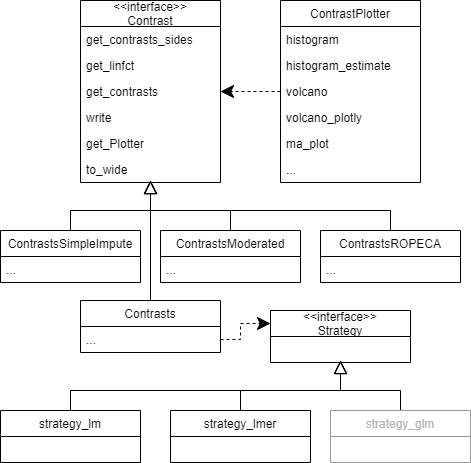
The draw.io diagram inst/MyArticle/ContrastUML.png in fgcz/prolfqua, before a commit. Source tidied: cells renumbered, new cells last; positions are measured from the earlier drawing's top-left corner, leaving out a move shared by most shapes.
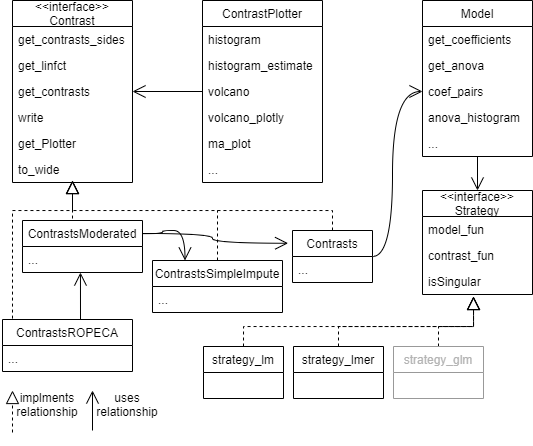
After the commit.

What changed in the source:
```diff
@@ -3,123 +3,194 @@
     <mxCell id="0" />
     <mxCell id="1" parent="0" />
     <mxCell id="2" value="&lt;&lt;interface&gt;&gt;&#10;Contrast" style="swimlane;fontStyle=0;horizontal=1;startSize=26;" parent="1" vertex="1">
-      <mxGeometry x="80" width="140" height="182" as="geometry" />
+      <mxGeometry x="-110" width="120" height="182" as="geometry" />
     </mxCell>
     <mxCell id="3" value="get_contrasts_sides" style="text;strokeColor=none;fillColor=none;align=left;verticalAlign=top;spacingLeft=4;spacingRight=4;overflow=hidden;" parent="2" vertex="1">
-      <mxGeometry y="26" width="140" height="26" as="geometry" />
+      <mxGeometry y="26" width="120" height="26" as="geometry" />
     </mxCell>
     <mxCell id="4" value="get_linfct" style="text;strokeColor=none;fillColor=none;align=left;verticalAlign=top;spacingLeft=4;spacingRight=4;overflow=hidden;" parent="2" vertex="1">
-      <mxGeometry y="52" width="140" height="26" as="geometry" />
+      <mxGeometry y="52" width="120" height="26" as="geometry" />
     </mxCell>
     <mxCell id="5" value="get_contrasts" style="text;strokeColor=none;fillColor=none;align=left;verticalAlign=top;spacingLeft=4;spacingRight=4;overflow=hidden;points=[[0,0.5],[1,0.5]];portConstraint=eastwest;" parent="2" vertex="1">
-      <mxGeometry y="78" width="140" height="26" as="geometry" />
+      <mxGeometry y="78" width="120" height="26" as="geometry" />
     </mxCell>
     <mxCell id="6" value="write" style="text;strokeColor=none;fillColor=none;align=left;verticalAlign=top;spacingLeft=4;spacingRight=4;overflow=hidden;" parent="2" vertex="1">
-      <mxGeometry y="104" width="140" height="26" as="geometry" />
+      <mxGeometry y="104" width="120" height="26" as="geometry" />
     </mxCell>
     <mxCell id="7" value="get_Plotter" style="text;strokeColor=none;fillColor=none;align=left;verticalAlign=top;spacingLeft=4;spacingRight=4;overflow=hidden;" parent="2" vertex="1">
-      <mxGeometry y="130" width="140" height="26" as="geometry" />
+      <mxGeometry y="130" width="120" height="26" as="geometry" />
     </mxCell>
     <mxCell id="8" value="to_wide" style="text;strokeColor=none;fillColor=none;align=left;verticalAlign=top;spacingLeft=4;spacingRight=4;overflow=hidden;" parent="2" vertex="1">
-      <mxGeometry y="156" width="140" height="26" as="geometry" />
+      <mxGeometry y="156" width="120" height="26" as="geometry" />
     </mxCell>
-    <mxCell id="9" style="edgeStyle=orthogonalEdgeStyle;rounded=0;jettySize=auto;html=1;exitX=0.5;exitY=0;exitDx=0;exitDy=0;endArrow=block;endFill=0;endSize=11;" parent="1" edge="1" source="10">
+    <mxCell id="9" style="edgeStyle=orthogonalEdgeStyle;rounded=0;jettySize=auto;html=1;exitX=0.5;exitY=0;exitDx=0;exitDy=0;endArrow=none;endFill=0;endSize=11;dashed=1;" parent="1" edge="1" source="10">
       <mxGeometry relative="1" as="geometry">
-        <mxPoint x="150" y="180" as="targetPoint" />
+        <mxPoint x="95" y="210" as="targetPoint" />
       </mxGeometry>
     </mxCell>
     <mxCell id="10" value="ContrastsSimpleImpute" style="swimlane;fontStyle=0;horizontal=1;startSize=26;" parent="1" vertex="1">
-      <mxGeometry y="230" width="140" height="52" as="geometry" />
+      <mxGeometry x="30" y="260" width="130" height="52" as="geometry" />
     </mxCell>
     <mxCell id="11" value="..." style="text;strokeColor=none;fillColor=none;align=left;verticalAlign=top;spacingLeft=4;spacingRight=4;overflow=hidden;" parent="10" vertex="1">
-      <mxGeometry y="26" width="140" height="26" as="geometry" />
+      <mxGeometry y="26" width="130" height="26" as="geometry" />
     </mxCell>
-    <mxCell id="12" style="edgeStyle=orthogonalEdgeStyle;rounded=0;jettySize=auto;html=1;exitX=0.5;exitY=0;exitDx=0;exitDy=0;endArrow=block;endFill=0;endSize=11;" parent="1" edge="1" source="13">
-      <mxGeometry relative="1" as="geometry">
-        <mxPoint x="150" y="180" as="targetPoint" />
-      </mxGeometry>
-    </mxCell>
+    <mxCell id="37" style="edgeStyle=orthogonalEdgeStyle;rounded=0;jettySize=auto;html=1;exitX=0.5;exitY=0;exitDx=0;exitDy=0;fontColor=#000000;startArrow=none;startFill=0;endArrow=block;endFill=0;startSize=12;endSize=11;dashed=1;" parent="1" edge="1" source="13">
+      <mxGeometry relative="1" as="geometry">
+        <mxPoint x="-50" y="180" as="targetPoint" />
+      </mxGeometry>
+    </mxCell>
+    <mxCell id="38" style="edgeStyle=orthogonalEdgeStyle;jettySize=auto;html=1;exitX=1;exitY=0.5;exitDx=0;exitDy=0;entryX=0;entryY=0.5;entryDx=0;entryDy=0;fontColor=#000000;startArrow=none;startFill=0;endArrow=open;endFill=0;startSize=12;endSize=11;curved=1;" parent="1" edge="1" source="13" target="51">
+      <mxGeometry relative="1" as="geometry">
+        <Array as="points">
+          <mxPoint x="270" y="256" />
+          <mxPoint x="270" y="91" />
+        </Array>
+      </mxGeometry>
+    </mxCell>
     <mxCell id="13" value="Contrasts" style="swimlane;fontStyle=0;horizontal=1;startSize=26;" parent="1" vertex="1">
-      <mxGeometry x="80" y="300" width="140" height="52" as="geometry" />
+      <mxGeometry x="170" y="230" width="80" height="52" as="geometry" />
     </mxCell>
     <mxCell id="14" value="..." style="text;strokeColor=none;fillColor=none;align=left;verticalAlign=top;spacingLeft=4;spacingRight=4;overflow=hidden;points=[[0,0.5],[1,0.5]];portConstraint=eastwest;" parent="13" vertex="1">
-      <mxGeometry y="26" width="140" height="26" as="geometry" />
+      <mxGeometry y="26" width="80" height="26" as="geometry" />
     </mxCell>
-    <mxCell id="15" style="edgeStyle=orthogonalEdgeStyle;rounded=0;jettySize=auto;html=1;exitX=0.5;exitY=0;exitDx=0;exitDy=0;endArrow=block;endFill=0;endSize=11;" parent="1" edge="1" source="16">
+    <mxCell id="15" style="edgeStyle=orthogonalEdgeStyle;rounded=0;jettySize=auto;html=1;exitX=0.5;exitY=0;exitDx=0;exitDy=0;endArrow=block;endFill=0;endSize=11;dashed=1;" parent="1" edge="1" source="16">
       <mxGeometry relative="1" as="geometry">
-        <mxPoint x="150" y="180" as="targetPoint" />
+        <mxPoint x="-50" y="180" as="targetPoint" />
       </mxGeometry>
     </mxCell>
+    <mxCell id="39" style="edgeStyle=orthogonalEdgeStyle;jettySize=auto;html=1;exitX=1;exitY=0.25;exitDx=0;exitDy=0;entryX=-0.055;entryY=0.245;entryDx=0;entryDy=0;entryPerimeter=0;fontColor=#B3B3B3;startArrow=none;startFill=0;endArrow=open;endFill=0;startSize=12;endSize=11;curved=1;" parent="1" edge="1" source="16" target="13">
+      <mxGeometry relative="1" as="geometry" />
+    </mxCell>
+    <mxCell id="40" style="edgeStyle=orthogonalEdgeStyle;curved=1;jettySize=auto;html=1;exitX=1;exitY=0.25;exitDx=0;exitDy=0;entryX=0.25;entryY=0;entryDx=0;entryDy=0;fontColor=#B3B3B3;startArrow=none;startFill=0;endArrow=open;endFill=0;startSize=12;endSize=11;" parent="1" edge="1" source="16" target="10">
+      <mxGeometry relative="1" as="geometry" />
+    </mxCell>
     <mxCell id="16" value="ContrastsModerated" style="swimlane;fontStyle=0;horizontal=1;startSize=26;" parent="1" vertex="1">
-      <mxGeometry x="160" y="230" width="140" height="52" as="geometry" />
+      <mxGeometry x="-100" y="220" width="120" height="52" as="geometry" />
     </mxCell>
     <mxCell id="17" value="..." style="text;strokeColor=none;fillColor=none;align=left;verticalAlign=top;spacingLeft=4;spacingRight=4;overflow=hidden;points=[[0,0.5],[1,0.5]];portConstraint=eastwest;" parent="16" vertex="1">
-      <mxGeometry y="26" width="140" height="26" as="geometry" />
+      <mxGeometry y="26" width="120" height="26" as="geometry" />
     </mxCell>
-    <mxCell id="18" style="edgeStyle=orthogonalEdgeStyle;rounded=0;jettySize=auto;html=1;exitX=0.5;exitY=0;exitDx=0;exitDy=0;endArrow=block;endFill=0;endSize=11;" parent="1" edge="1" source="19">
+    <mxCell id="18" style="edgeStyle=orthogonalEdgeStyle;rounded=0;jettySize=auto;html=1;exitX=0.5;exitY=0;exitDx=0;exitDy=0;endArrow=block;endFill=0;endSize=11;dashed=1;" parent="1" edge="1" source="19">
       <mxGeometry relative="1" as="geometry">
-        <mxPoint x="150" y="180" as="targetPoint" />
+        <mxPoint x="-50" y="180" as="targetPoint" />
+        <Array as="points">
+          <mxPoint x="-110" y="330" />
+          <mxPoint x="-110" y="210" />
+          <mxPoint x="-50" y="210" />
+        </Array>
       </mxGeometry>
     </mxCell>
+    <mxCell id="41" style="edgeStyle=orthogonalEdgeStyle;rounded=0;jettySize=auto;html=1;exitX=0.5;exitY=0;exitDx=0;exitDy=0;entryX=0.483;entryY=1.001;entryDx=0;entryDy=0;entryPerimeter=0;fontColor=#B3B3B3;startArrow=none;startFill=0;endArrow=open;endFill=0;startSize=12;endSize=11;" parent="1" edge="1" source="19" target="17">
+      <mxGeometry relative="1" as="geometry" />
+    </mxCell>
     <mxCell id="19" value="ContrastsROPECA" style="swimlane;fontStyle=0;horizontal=1;startSize=26;" parent="1" vertex="1">
-      <mxGeometry x="320" y="230" width="140" height="52" as="geometry" />
+      <mxGeometry x="-120" y="319" width="130" height="52" as="geometry" />
     </mxCell>
     <mxCell id="20" value="..." style="text;strokeColor=none;fillColor=none;align=left;verticalAlign=top;spacingLeft=4;spacingRight=4;overflow=hidden;" parent="19" vertex="1">
-      <mxGeometry y="26" width="140" height="26" as="geometry" />
+      <mxGeometry y="26" width="130" height="26" as="geometry" />
     </mxCell>
     <mxCell id="21" value="&lt;&lt;interface&gt;&gt;&#10;Strategy" style="swimlane;fontStyle=0;horizontal=1;startSize=26;" parent="1" vertex="1">
-      <mxGeometry x="270" y="310" width="140" height="52" as="geometry" />
+      <mxGeometry x="300" y="190" width="110" height="104" as="geometry" />
     </mxCell>
-    <mxCell id="22" style="edgeStyle=orthogonalEdgeStyle;rounded=0;jettySize=auto;html=1;exitX=0.5;exitY=0;exitDx=0;exitDy=0;endArrow=block;endFill=0;endSize=11;" parent="1" edge="1" source="23">
-      <mxGeometry relative="1" as="geometry">
-        <mxPoint x="340" y="360" as="targetPoint" />
-      </mxGeometry>
-    </mxCell>
+    <mxCell id="42" value="model_fun" style="text;strokeColor=none;fillColor=none;align=left;verticalAlign=top;spacingLeft=4;spacingRight=4;overflow=hidden;" parent="21" vertex="1">
+      <mxGeometry y="26" width="110" height="26" as="geometry" />
+    </mxCell>
+    <mxCell id="43" value="contrast_fun" style="text;strokeColor=none;fillColor=none;align=left;verticalAlign=top;spacingLeft=4;spacingRight=4;overflow=hidden;" parent="21" vertex="1">
+      <mxGeometry y="52" width="110" height="26" as="geometry" />
+    </mxCell>
+    <mxCell id="44" value="isSingular" style="text;strokeColor=none;fillColor=none;align=left;verticalAlign=top;spacingLeft=4;spacingRight=4;overflow=hidden;" parent="21" vertex="1">
+      <mxGeometry y="78" width="110" height="26" as="geometry" />
+    </mxCell>
+    <mxCell id="45" style="edgeStyle=orthogonalEdgeStyle;rounded=0;jettySize=auto;html=1;exitX=0.5;exitY=0;exitDx=0;exitDy=0;fontColor=#B3B3B3;startArrow=none;startFill=0;endArrow=block;endFill=0;startSize=12;endSize=11;dashed=1;" parent="1" edge="1" source="23">
+      <mxGeometry relative="1" as="geometry">
+        <mxPoint x="351" y="296" as="targetPoint" />
+      </mxGeometry>
+    </mxCell>
     <mxCell id="23" value="strategy_glm" style="swimlane;fontStyle=0;horizontal=1;startSize=26;fontColor=#B3B3B3;strokeColor=#999999;" parent="1" vertex="1">
-      <mxGeometry x="330" y="410" width="140" height="52" as="geometry" />
+      <mxGeometry x="271" y="346" width="90" height="52" as="geometry" />
     </mxCell>
-    <mxCell id="24" style="edgeStyle=orthogonalEdgeStyle;rounded=0;jettySize=auto;html=1;exitX=0.5;exitY=0;exitDx=0;exitDy=0;endArrow=block;endFill=0;endSize=11;" parent="1" edge="1" source="25">
-      <mxGeometry relative="1" as="geometry">
-        <mxPoint x="340" y="360" as="targetPoint" />
-      </mxGeometry>
-    </mxCell>
-    <mxCell id="25" value="strategy_lm" style="swimlane;fontStyle=0;horizontal=1;startSize=26;" parent="1" vertex="1">
-      <mxGeometry y="410" width="140" height="52" as="geometry" />
-    </mxCell>
-    <mxCell id="26" style="edgeStyle=orthogonalEdgeStyle;rounded=0;jettySize=auto;html=1;exitX=0.5;exitY=0;exitDx=0;exitDy=0;endArrow=block;endFill=0;endSize=11;" parent="1" edge="1" source="27">
-      <mxGeometry relative="1" as="geometry">
-        <mxPoint x="340" y="360" as="targetPoint" />
-      </mxGeometry>
-    </mxCell>
+    <mxCell id="46" style="edgeStyle=orthogonalEdgeStyle;rounded=0;jettySize=auto;html=1;exitX=0.5;exitY=0;exitDx=0;exitDy=0;fontColor=#B3B3B3;startArrow=none;startFill=0;endArrow=block;endFill=0;startSize=12;endSize=11;dashed=1;" parent="1" edge="1" source="27">
+      <mxGeometry relative="1" as="geometry">
+        <mxPoint x="351" y="296" as="targetPoint" />
+        <Array as="points">
+          <mxPoint x="216" y="326" />
+          <mxPoint x="351" y="326" />
+        </Array>
+      </mxGeometry>
+    </mxCell>
     <mxCell id="27" value="strategy_lmer" style="swimlane;fontStyle=0;horizontal=1;startSize=26;" parent="1" vertex="1">
-      <mxGeometry x="170" y="410" width="140" height="52" as="geometry" />
+      <mxGeometry x="171" y="346" width="90" height="52" as="geometry" />
     </mxCell>
-    <mxCell id="28" style="edgeStyle=orthogonalEdgeStyle;rounded=0;jettySize=auto;html=1;exitX=1;exitY=0.5;exitDx=0;exitDy=0;entryX=0;entryY=0.25;entryDx=0;entryDy=0;endArrow=classic;endFill=1;endSize=11;dashed=1;" parent="1" edge="1" source="14" target="21">
-      <mxGeometry relative="1" as="geometry" />
-    </mxCell>
-    <mxCell id="29" style="edgeStyle=orthogonalEdgeStyle;rounded=0;jettySize=auto;html=1;exitX=0;exitY=0.5;exitDx=0;exitDy=0;entryX=1;entryY=0.5;entryDx=0;entryDy=0;fontColor=#000000;endArrow=classic;endFill=1;endSize=11;dashed=1;" parent="1" edge="1" source="30" target="5">
+    <mxCell id="29" style="edgeStyle=orthogonalEdgeStyle;rounded=0;jettySize=auto;html=1;exitX=0;exitY=0.5;exitDx=0;exitDy=0;entryX=1;entryY=0.5;entryDx=0;entryDy=0;fontColor=#000000;endArrow=open;endFill=0;endSize=11;" parent="1" edge="1" source="30" target="5">
       <mxGeometry relative="1" as="geometry" />
     </mxCell>
     <mxCell id="30" value="ContrastPlotter" style="swimlane;fontStyle=0;horizontal=1;startSize=26;" parent="1" vertex="1">
-      <mxGeometry x="280" width="140" height="182" as="geometry" />
+      <mxGeometry x="80" width="120" height="182" as="geometry" />
     </mxCell>
     <mxCell id="31" value="histogram" style="text;strokeColor=none;fillColor=none;align=left;verticalAlign=top;spacingLeft=4;spacingRight=4;overflow=hidden;" parent="30" vertex="1">
-      <mxGeometry y="26" width="140" height="26" as="geometry" />
+      <mxGeometry y="26" width="120" height="26" as="geometry" />
     </mxCell>
     <mxCell id="32" value="histogram_estimate" style="text;strokeColor=none;fillColor=none;align=left;verticalAlign=top;spacingLeft=4;spacingRight=4;overflow=hidden;" parent="30" vertex="1">
-      <mxGeometry y="52" width="140" height="26" as="geometry" />
+      <mxGeometry y="52" width="120" height="26" as="geometry" />
     </mxCell>
     <mxCell id="33" value="volcano" style="text;strokeColor=none;fillColor=none;align=left;verticalAlign=top;spacingLeft=4;spacingRight=4;overflow=hidden;" parent="30" vertex="1">
-      <mxGeometry y="78" width="140" height="26" as="geometry" />
+      <mxGeometry y="78" width="120" height="26" as="geometry" />
     </mxCell>
     <mxCell id="34" value="volcano_plotly" style="text;strokeColor=none;fillColor=none;align=left;verticalAlign=top;spacingLeft=4;spacingRight=4;overflow=hidden;" parent="30" vertex="1">
-      <mxGeometry y="104" width="140" height="26" as="geometry" />
+      <mxGeometry y="104" width="120" height="26" as="geometry" />
     </mxCell>
     <mxCell id="35" value="ma_plot" style="text;strokeColor=none;fillColor=none;align=left;verticalAlign=top;spacingLeft=4;spacingRight=4;overflow=hidden;" parent="30" vertex="1">
-      <mxGeometry y="130" width="140" height="26" as="geometry" />
+      <mxGeometry y="130" width="120" height="26" as="geometry" />
     </mxCell>
     <mxCell id="36" value="..." style="text;strokeColor=none;fillColor=none;align=left;verticalAlign=top;spacingLeft=4;spacingRight=4;overflow=hidden;" parent="30" vertex="1">
-      <mxGeometry y="156" width="140" height="26" as="geometry" />
+      <mxGeometry y="156" width="120" height="26" as="geometry" />
     </mxCell>
+    <mxCell id="47" style="edgeStyle=orthogonalEdgeStyle;rounded=0;jettySize=auto;html=1;exitX=0.5;exitY=1;exitDx=0;exitDy=0;entryX=0.5;entryY=0;entryDx=0;entryDy=0;fontColor=#000000;startArrow=none;startFill=0;endArrow=open;endFill=0;startSize=12;endSize=11;" parent="1" edge="1" source="48" target="21">
+      <mxGeometry relative="1" as="geometry" />
+    </mxCell>
+    <mxCell id="48" value="Model" style="swimlane;fontStyle=0;horizontal=1;startSize=26;fontColor=#000000;strokeColor=#000000;" parent="1" vertex="1">
+      <mxGeometry x="300" width="110" height="156" as="geometry" />
+    </mxCell>
+    <mxCell id="49" value="get_coefficients" style="text;strokeColor=none;fillColor=none;align=left;verticalAlign=top;spacingLeft=4;spacingRight=4;overflow=hidden;" parent="48" vertex="1">
+      <mxGeometry y="26" width="110" height="26" as="geometry" />
+    </mxCell>
+    <mxCell id="50" value="get_anova" style="text;strokeColor=none;fillColor=none;align=left;verticalAlign=top;spacingLeft=4;spacingRight=4;overflow=hidden;" parent="48" vertex="1">
+      <mxGeometry y="52" width="110" height="26" as="geometry" />
+    </mxCell>
+    <mxCell id="51" value="coef_pairs" style="text;strokeColor=none;fillColor=none;align=left;verticalAlign=top;spacingLeft=4;spacingRight=4;overflow=hidden;points=[[0,0.5],[1,0.5]];portConstraint=eastwest;" parent="48" vertex="1">
+      <mxGeometry y="78" width="110" height="26" as="geometry" />
+    </mxCell>
+    <mxCell id="52" value="anova_histogram" style="text;strokeColor=none;fillColor=none;align=left;verticalAlign=top;spacingLeft=4;spacingRight=4;overflow=hidden;" parent="48" vertex="1">
+      <mxGeometry y="104" width="110" height="26" as="geometry" />
+    </mxCell>
+    <mxCell id="53" value="..." style="text;strokeColor=none;fillColor=none;align=left;verticalAlign=top;spacingLeft=4;spacingRight=4;overflow=hidden;" parent="48" vertex="1">
+      <mxGeometry y="130" width="110" height="26" as="geometry" />
+    </mxCell>
+    <mxCell id="54" style="edgeStyle=orthogonalEdgeStyle;rounded=0;jettySize=auto;html=1;exitX=0.5;exitY=0;exitDx=0;exitDy=0;fontColor=#B3B3B3;startArrow=none;startFill=0;endArrow=block;endFill=0;startSize=12;endSize=11;dashed=1;" parent="1" edge="1" source="25">
+      <mxGeometry relative="1" as="geometry">
+        <mxPoint x="351" y="296" as="targetPoint" />
+      </mxGeometry>
+    </mxCell>
+    <mxCell id="25" value="strategy_lm" style="swimlane;fontStyle=0;horizontal=1;startSize=26;" parent="1" vertex="1">
+      <mxGeometry x="81" y="346" width="80" height="52" as="geometry" />
+    </mxCell>
+    <mxCell id="55" style="endArrow=block;html=1;fontColor=#B3B3B3;startSize=12;endSize=11;dashed=1;endFill=0;" parent="1" edge="1">
+      <mxGeometry relative="1" as="geometry">
+        <mxPoint x="-110" y="432" as="sourcePoint" />
+        <mxPoint x="-110" y="390" as="targetPoint" />
+      </mxGeometry>
+    </mxCell>
+    <mxCell id="56" value="implments&lt;br&gt;relationship" style="text;html=1;strokeColor=none;fillColor=none;align=center;verticalAlign=middle;whiteSpace=wrap;rounded=0;" parent="1" vertex="1">
+      <mxGeometry x="-110" y="394" width="70" height="20" as="geometry" />
+    </mxCell>
+    <mxCell id="57" style="endArrow=open;html=1;fontColor=#000000;startSize=12;endSize=11;endFill=0;" parent="1" edge="1">
+      <mxGeometry relative="1" as="geometry">
+        <mxPoint x="-30" y="430" as="sourcePoint" />
+        <mxPoint x="-30" y="390" as="targetPoint" />
+      </mxGeometry>
+    </mxCell>
+    <mxCell id="58" value="uses&lt;br&gt;relationship" style="text;html=1;strokeColor=none;fillColor=none;align=center;verticalAlign=middle;whiteSpace=wrap;rounded=0;fontColor=#000000;" parent="1" vertex="1">
+      <mxGeometry x="-15" y="394" width="40" height="20" as="geometry" />
+    </mxCell>
   </root>
 </mxGraphModel>
```
